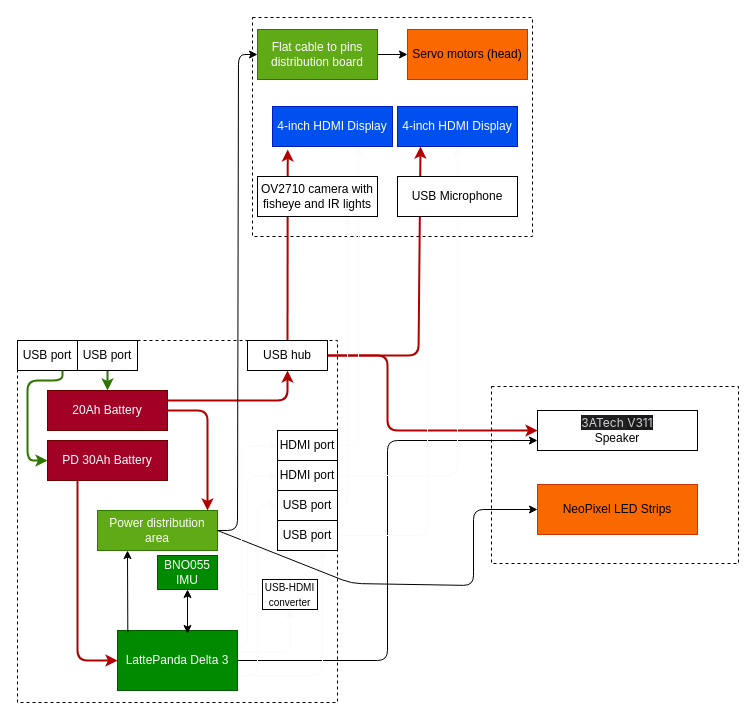
Before: Planning/Hardware.drawio in MekhyW/DYNAMO-Electronic_Fursuit-2.0, a draw.io diagram. Source tidied: cells renumbered, new cells numbered last; positions are measured from the earlier drawing's top-left corner, leaving out a move shared by most shapes. Both pictures are drawn from the tidied source at 100%, with x=0, y=0 at pixel (17, 17).
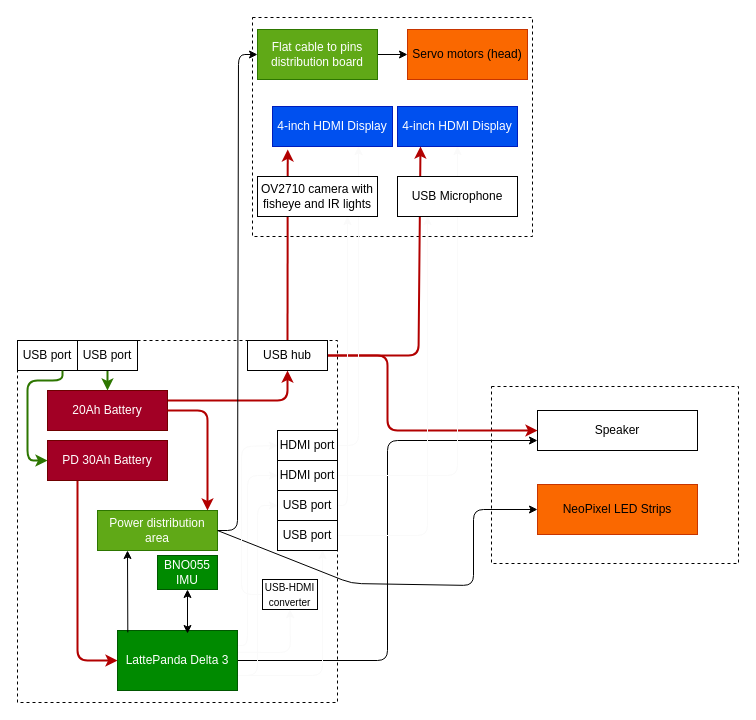
The same diagram, later.

The edit, as a diff of the source:
```diff
@@
-    <mxCell id="19" value="&lt;font style=&quot;&quot;&gt;&lt;span style=&quot;font-size: 12px; color: rgba(232, 230, 227, 0.9); font-family: &amp;quot;Proxima Nova&amp;quot;, -apple-system, Roboto, Arial, sans-serif; text-align: left; background-color: rgb(30, 32, 33);&quot;&gt;3ATech&amp;nbsp;&lt;/span&gt;&lt;span style=&quot;color: rgba(232, 230, 227, 0.9); font-family: &amp;quot;Proxima Nova&amp;quot;, -apple-system, Roboto, Arial, sans-serif; text-align: left; background-color: rgb(24, 26, 27);&quot;&gt;V311&lt;/span&gt;&lt;span style=&quot;font-size: 12px; color: rgba(232, 230, 227, 0.9); font-family: &amp;quot;Proxima Nova&amp;quot;, -apple-system, Roboto, Arial, sans-serif; text-align: left; background-color: rgb(30, 32, 33);&quot;&gt;&lt;br&gt;&lt;/span&gt;Speaker&lt;/font&gt;" style="rounded=0;whiteSpace=wrap;html=1;" parent="1" vertex="1">
+    <mxCell id="19" value="&lt;font style=&quot;&quot;&gt;Speaker&lt;/font&gt;" style="rounded=0;whiteSpace=wrap;html=1;" parent="1" vertex="1">
       <mxGeometry x="520" y="393" width="160" height="40" as="geometry" />
     </mxCell>
```
